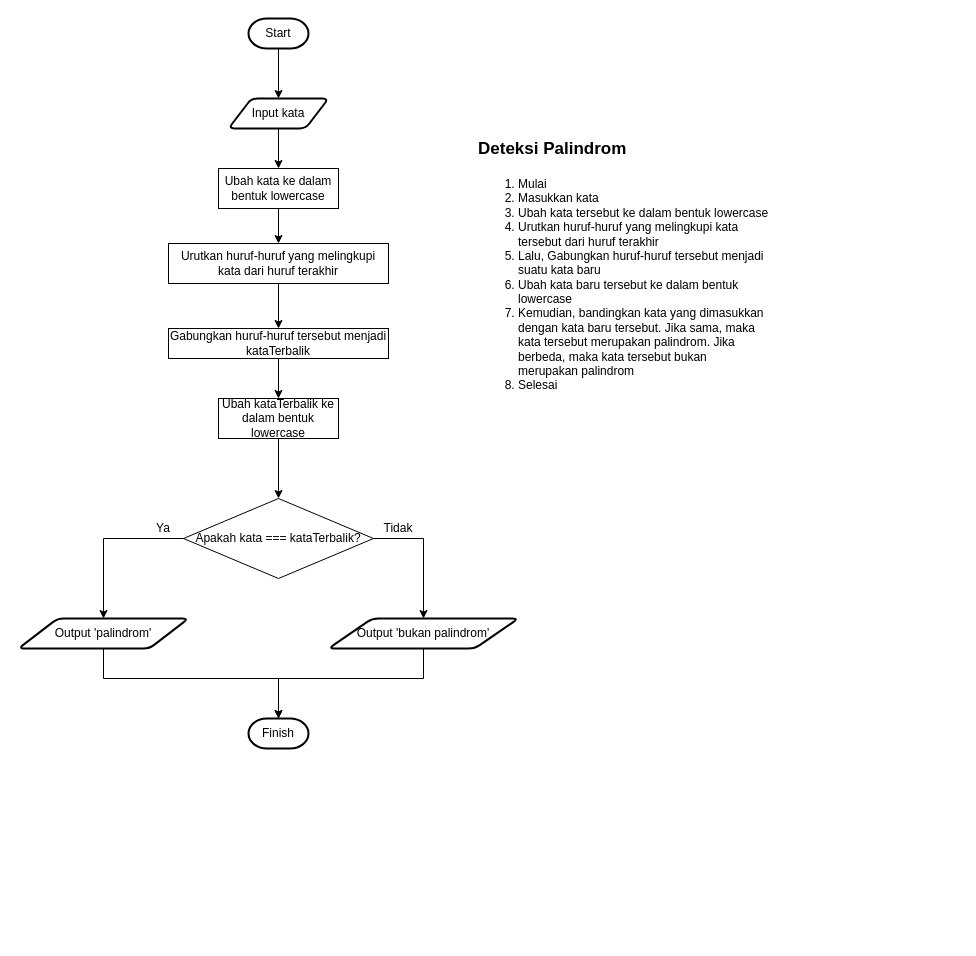
Before: task1.drawio.xml in bagus25dzikri06/algoritma-dan-flowchart-1, a draw.io diagram. Source tidied: cells renumbered, new cells numbered last; positions are measured from the earlier drawing's top-left corner, leaving out a move shared by most shapes. Both pictures are drawn from the tidied source at 100%, with x=0, y=0 at pixel (18, 18).
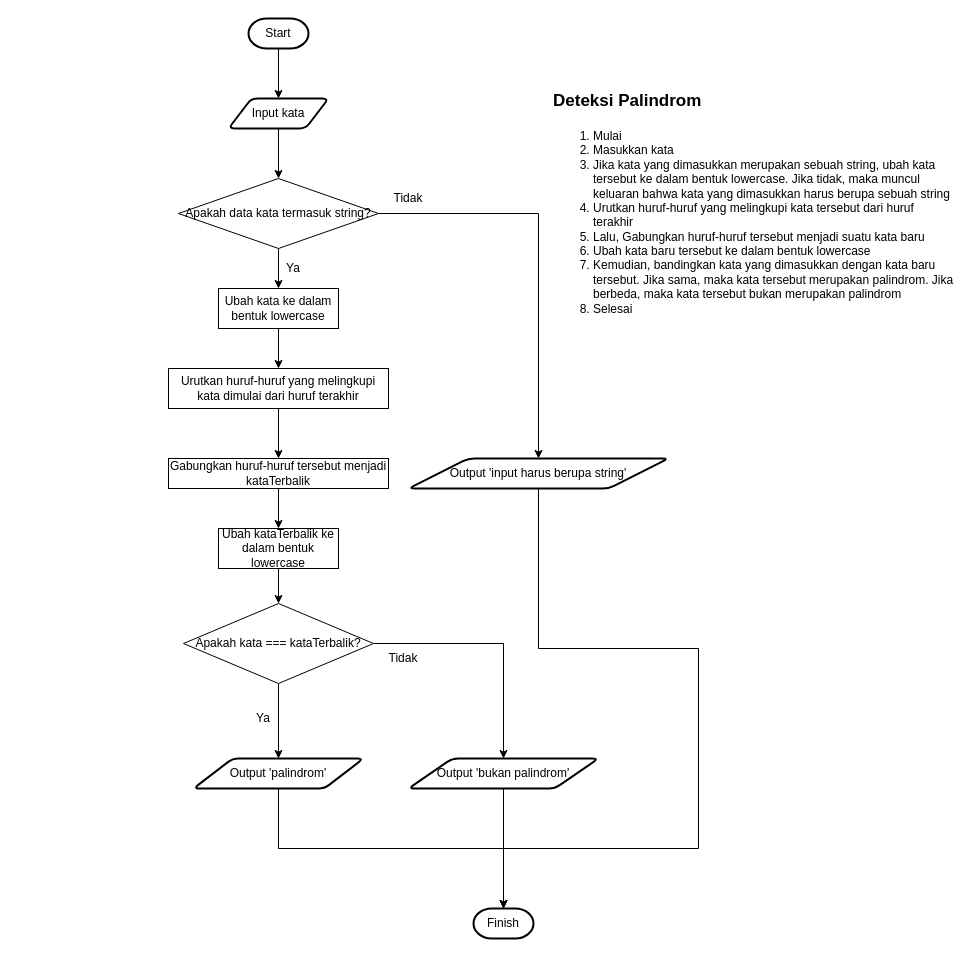
After the change.

Commit message (it also covers changes not shown here):
Task 2 (Reverse Words) with adding the data type validation in task 1 and 2

Unchanged cells that the change refers to:
```xml
<mxCell id="6" value="Input kata" style="shape=parallelogram;html=1;strokeWidth=2;perimeter=parallelogramPerimeter;whiteSpace=wrap;rounded=1;arcSize=12;size=0.23;" parent="1" vertex="1">
  <mxGeometry x="210" y="80" width="100" height="30" as="geometry" />
</mxCell>
```

What changed in the source:
```diff
@@
     <mxCell id="4" value="Finish" style="strokeWidth=2;html=1;shape=mxgraph.flowchart.terminator;whiteSpace=wrap;" parent="1" vertex="1">
-      <mxGeometry x="230" y="700" width="60" height="30" as="geometry" />
+      <mxGeometry x="455" y="890" width="60" height="30" as="geometry" />
     </mxCell>
-    <mxCell id="5" style="edgeStyle=orthogonalEdgeStyle;rounded=0;jettySize=auto;html=1;entryX=0.5;entryY=0;entryDx=0;entryDy=0;" parent="1" edge="1" source="6" target="8">
-      <mxGeometry relative="1" as="geometry" />
-    </mxCell>
+    <mxCell id="25" style="edgeStyle=orthogonalEdgeStyle;rounded=0;jettySize=auto;html=1;" parent="1" edge="1" source="6" target="35">
+      <mxGeometry relative="1" as="geometry" />
+    </mxCell>
@@
-    <mxCell id="7" style="edgeStyle=orthogonalEdgeStyle;rounded=0;jettySize=auto;html=1;" parent="1" edge="1" source="8" target="10">
-      <mxGeometry relative="1" as="geometry" />
-    </mxCell>
+    <mxCell id="26" style="edgeStyle=orthogonalEdgeStyle;rounded=0;jettySize=auto;html=1;entryX=0.5;entryY=0;entryDx=0;entryDy=0;" parent="1" edge="1" source="8" target="28">
+      <mxGeometry relative="1" as="geometry" />
+    </mxCell>
     <mxCell id="8" value="Ubah kata ke dalam bentuk lowercase" style="rounded=0;whiteSpace=wrap;html=1;" parent="1" vertex="1">
-      <mxGeometry x="200" y="150" width="120" height="40" as="geometry" />
+      <mxGeometry x="200" y="270" width="120" height="40" as="geometry" />
     </mxCell>
-    <mxCell id="9" style="edgeStyle=orthogonalEdgeStyle;rounded=0;jettySize=auto;html=1;entryX=0.5;entryY=0;entryDx=0;entryDy=0;" parent="1" edge="1" source="10" target="12">
-      <mxGeometry relative="1" as="geometry" />
-    </mxCell>
-    <mxCell id="10" value="Urutkan huruf-huruf yang melingkupi kata dari huruf terakhir" style="rounded=0;whiteSpace=wrap;html=1;" parent="1" vertex="1">
-      <mxGeometry x="150" y="225" width="220" height="40" as="geometry" />
-    </mxCell>
+    <mxCell id="27" style="edgeStyle=orthogonalEdgeStyle;rounded=0;jettySize=auto;html=1;entryX=0.5;entryY=0;entryDx=0;entryDy=0;" parent="1" edge="1" source="28" target="12">
+      <mxGeometry relative="1" as="geometry" />
+    </mxCell>
+    <mxCell id="28" value="Urutkan huruf-huruf yang melingkupi kata dimulai dari huruf terakhir" style="rounded=0;whiteSpace=wrap;html=1;" parent="1" vertex="1">
+      <mxGeometry x="150" y="350" width="220" height="40" as="geometry" />
+    </mxCell>
@@
     <mxCell id="12" value="Gabungkan huruf-huruf tersebut menjadi kataTerbalik" style="rounded=0;whiteSpace=wrap;html=1;" parent="1" vertex="1">
-      <mxGeometry x="150" y="310" width="220" height="30" as="geometry" />
+      <mxGeometry x="150" y="440" width="220" height="30" as="geometry" />
     </mxCell>
@@
     <mxCell id="14" value="Ubah kataTerbalik ke dalam bentuk lowercase" style="rounded=0;whiteSpace=wrap;html=1;" parent="1" vertex="1">
-      <mxGeometry x="200" y="380" width="120" height="40" as="geometry" />
+      <mxGeometry x="200" y="510" width="120" height="40" as="geometry" />
     </mxCell>
     <mxCell id="15" style="edgeStyle=orthogonalEdgeStyle;rounded=0;jettySize=auto;html=1;entryX=0.5;entryY=0;entryDx=0;entryDy=0;" parent="1" edge="1" source="17" target="19">
-      <mxGeometry relative="1" as="geometry">
-        <Array as="points">
-          <mxPoint x="85" y="520" />
-        </Array>
-      </mxGeometry>
+      <mxGeometry relative="1" as="geometry" />
     </mxCell>
     <mxCell id="16" style="edgeStyle=orthogonalEdgeStyle;rounded=0;jettySize=auto;html=1;entryX=0.5;entryY=0;entryDx=0;entryDy=0;" parent="1" edge="1" source="17" target="21">
-      <mxGeometry relative="1" as="geometry">
-        <Array as="points">
-          <mxPoint x="405" y="520" />
-        </Array>
-      </mxGeometry>
+      <mxGeometry relative="1" as="geometry" />
     </mxCell>
     <mxCell id="17" value="Apakah kata === kataTerbalik?" style="rhombus;whiteSpace=wrap;html=1;" parent="1" vertex="1">
-      <mxGeometry x="165" y="480" width="190" height="80" as="geometry" />
+      <mxGeometry x="165" y="585" width="190" height="80" as="geometry" />
     </mxCell>
     <mxCell id="18" style="edgeStyle=orthogonalEdgeStyle;rounded=0;jettySize=auto;html=1;entryX=0.5;entryY=0;entryDx=0;entryDy=0;entryPerimeter=0;" parent="1" edge="1" source="19" target="4">
       <mxGeometry relative="1" as="geometry">
         <Array as="points">
-          <mxPoint x="85" y="660" />
-          <mxPoint x="260" y="660" />
+          <mxPoint x="260" y="830" />
+          <mxPoint x="485" y="830" />
         </Array>
       </mxGeometry>
     </mxCell>
     <mxCell id="19" value="Output 'palindrom'" style="shape=parallelogram;html=1;strokeWidth=2;perimeter=parallelogramPerimeter;whiteSpace=wrap;rounded=1;arcSize=12;size=0.23;" parent="1" vertex="1">
-      <mxGeometry y="600" width="170" height="30" as="geometry" />
+      <mxGeometry x="175" y="740" width="170" height="30" as="geometry" />
     </mxCell>
-    <mxCell id="20" style="edgeStyle=orthogonalEdgeStyle;rounded=0;jettySize=auto;html=1;" parent="1" edge="1" source="21">
-      <mxGeometry relative="1" as="geometry">
-        <mxPoint x="260" y="700" as="targetPoint" />
-        <Array as="points">
-          <mxPoint x="405" y="660" />
-          <mxPoint x="260" y="660" />
-        </Array>
-      </mxGeometry>
-    </mxCell>
+    <mxCell id="29" style="edgeStyle=orthogonalEdgeStyle;rounded=0;jettySize=auto;html=1;" parent="1" edge="1" source="21" target="4">
+      <mxGeometry relative="1" as="geometry" />
+    </mxCell>
     <mxCell id="21" value="Output 'bukan palindrom'" style="shape=parallelogram;html=1;strokeWidth=2;perimeter=parallelogramPerimeter;whiteSpace=wrap;rounded=1;arcSize=12;size=0.23;" parent="1" vertex="1">
-      <mxGeometry x="310" y="600" width="190" height="30" as="geometry" />
+      <mxGeometry x="390" y="740" width="190" height="30" as="geometry" />
     </mxCell>
-    <mxCell id="22" value="Ya" style="text;html=1;strokeColor=none;fillColor=none;align=center;verticalAlign=middle;whiteSpace=wrap;rounded=0;" parent="1" vertex="1">
-      <mxGeometry x="130" y="500" width="30" height="20" as="geometry" />
-    </mxCell>
-    <mxCell id="23" value="Tidak" style="text;html=1;strokeColor=none;fillColor=none;align=center;verticalAlign=middle;whiteSpace=wrap;rounded=0;" parent="1" vertex="1">
-      <mxGeometry x="350" y="500" width="60" height="20" as="geometry" />
-    </mxCell>
-    <mxCell id="24" value="&lt;h1&gt;&lt;font style=&quot;font-size: 17px;&quot;&gt;Deteksi Palindrom&lt;/font&gt;&lt;/h1&gt;&lt;p style=&quot;text-align: justify;&quot;&gt;&lt;/p&gt;&lt;ol&gt;&lt;li&gt;Mulai&lt;/li&gt;&lt;li&gt;Masukkan kata&lt;/li&gt;&lt;li&gt;Ubah kata tersebut ke dalam bentuk lowercase&lt;/li&gt;&lt;li&gt;&lt;span style=&quot;text-align: center;&quot;&gt;Urutkan huruf-huruf yang melingkupi kata tersebut dari huruf terakhir&lt;/span&gt;&lt;br&gt;&lt;/li&gt;&lt;li&gt;&lt;span style=&quot;text-align: center;&quot;&gt;Lalu,&amp;nbsp;&lt;/span&gt;Gabungkan huruf-huruf tersebut menjadi suatu kata baru&lt;/li&gt;&lt;li&gt;Ubah kata baru tersebut ke dalam bentuk lowercase&lt;/li&gt;&lt;li&gt;Kemudian, bandingkan kata yang dimasukkan dengan kata baru tersebut. Jika sama, maka kata tersebut merupakan palindrom. Jika berbeda, maka kata tersebut bukan merupakan palindrom&lt;/li&gt;&lt;li&gt;Selesai&lt;/li&gt;&lt;/ol&gt;&lt;p&gt;&lt;/p&gt;" style="text;html=1;strokeColor=none;fillColor=none;spacing=5;spacingTop=-20;whiteSpace=wrap;overflow=hidden;rounded=0;" parent="1" vertex="1">
-      <mxGeometry x="455" y="107.5" width="300" height="275" as="geometry" />
-    </mxCell>
+    <mxCell id="30" value="Ya" style="text;html=1;strokeColor=none;fillColor=none;align=center;verticalAlign=middle;whiteSpace=wrap;rounded=0;" parent="1" vertex="1">
+      <mxGeometry x="260" y="240" width="30" height="20" as="geometry" />
+    </mxCell>
+    <mxCell id="31" value="Tidak" style="text;html=1;strokeColor=none;fillColor=none;align=center;verticalAlign=middle;whiteSpace=wrap;rounded=0;" parent="1" vertex="1">
+      <mxGeometry x="360" y="170" width="60" height="20" as="geometry" />
+    </mxCell>
+    <mxCell id="32" value="&lt;h1&gt;&lt;font style=&quot;font-size: 17px;&quot;&gt;Deteksi Palindrom&lt;/font&gt;&lt;/h1&gt;&lt;p style=&quot;text-align: justify;&quot;&gt;&lt;/p&gt;&lt;ol&gt;&lt;li&gt;Mulai&lt;/li&gt;&lt;li&gt;Masukkan kata&lt;/li&gt;&lt;li&gt;Jika kata yang dimasukkan merupakan sebuah string, ubah kata tersebut ke dalam bentuk lowercase. Jika tidak, maka muncul keluaran bahwa kata yang dimasukkan harus berupa sebuah string&lt;/li&gt;&lt;li&gt;&lt;span style=&quot;text-align: center;&quot;&gt;Urutkan huruf-huruf yang melingkupi kata tersebut dari huruf terakhir&lt;/span&gt;&lt;br&gt;&lt;/li&gt;&lt;li&gt;&lt;span style=&quot;text-align: center;&quot;&gt;Lalu,&amp;nbsp;&lt;/span&gt;Gabungkan huruf-huruf tersebut menjadi suatu kata baru&lt;/li&gt;&lt;li&gt;Ubah kata baru tersebut ke dalam bentuk lowercase&lt;/li&gt;&lt;li&gt;Kemudian, bandingkan kata yang dimasukkan dengan kata baru tersebut. Jika sama, maka kata tersebut merupakan palindrom. Jika berbeda, maka kata tersebut bukan merupakan palindrom&lt;/li&gt;&lt;li&gt;Selesai&lt;/li&gt;&lt;/ol&gt;&lt;p&gt;&lt;/p&gt;" style="text;html=1;strokeColor=none;fillColor=none;spacing=5;spacingTop=-20;whiteSpace=wrap;overflow=hidden;rounded=0;" parent="1" vertex="1">
+      <mxGeometry x="530" y="60" width="410" height="275" as="geometry" />
+    </mxCell>
+    <mxCell id="33" style="edgeStyle=orthogonalEdgeStyle;rounded=0;jettySize=auto;html=1;entryX=0.5;entryY=0;entryDx=0;entryDy=0;" parent="1" edge="1" source="35" target="8">
+      <mxGeometry relative="1" as="geometry" />
+    </mxCell>
+    <mxCell id="34" style="edgeStyle=orthogonalEdgeStyle;rounded=0;jettySize=auto;html=1;entryX=0.5;entryY=0;entryDx=0;entryDy=0;" parent="1" edge="1" source="35" target="37">
+      <mxGeometry relative="1" as="geometry" />
+    </mxCell>
+    <mxCell id="35" value="Apakah data kata termasuk string?" style="rhombus;whiteSpace=wrap;html=1;" parent="1" vertex="1">
+      <mxGeometry x="160" y="160" width="200" height="70" as="geometry" />
+    </mxCell>
+    <mxCell id="36" style="edgeStyle=orthogonalEdgeStyle;rounded=0;jettySize=auto;html=1;entryX=0.5;entryY=0;entryDx=0;entryDy=0;entryPerimeter=0;" parent="1" edge="1" source="37" target="4">
+      <mxGeometry relative="1" as="geometry">
+        <Array as="points">
+          <mxPoint x="520" y="630" />
+          <mxPoint x="680" y="630" />
+          <mxPoint x="680" y="830" />
+          <mxPoint x="485" y="830" />
+        </Array>
+      </mxGeometry>
+    </mxCell>
+    <mxCell id="37" value="Output 'input harus berupa string'" style="shape=parallelogram;html=1;strokeWidth=2;perimeter=parallelogramPerimeter;whiteSpace=wrap;rounded=1;arcSize=12;size=0.23;" parent="1" vertex="1">
+      <mxGeometry x="390" y="440" width="260" height="30" as="geometry" />
+    </mxCell>
+    <mxCell id="38" value="Ya" style="text;html=1;strokeColor=none;fillColor=none;align=center;verticalAlign=middle;whiteSpace=wrap;rounded=0;" parent="1" vertex="1">
+      <mxGeometry x="230" y="690" width="30" height="20" as="geometry" />
+    </mxCell>
+    <mxCell id="39" value="Tidak" style="text;html=1;strokeColor=none;fillColor=none;align=center;verticalAlign=middle;whiteSpace=wrap;rounded=0;" parent="1" vertex="1">
+      <mxGeometry x="355" y="630" width="60" height="20" as="geometry" />
+    </mxCell>
```
